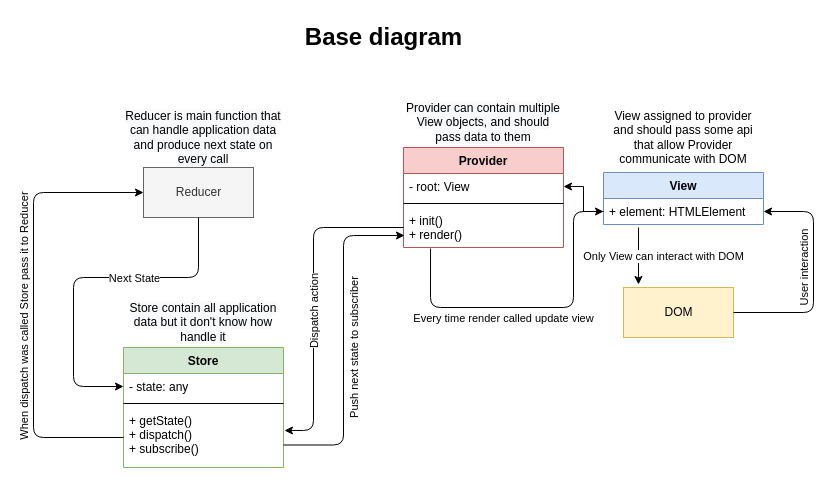
This is Untitled Diagram.drawio from IfasdfgDsdfasdfEadfDFfd/jquery-plugin-range-slider, a draw.io file, before an edit. Source tidied: cells renumbered, new cells numbered last; positions are measured from the earlier drawing's top-left corner, leaving out a move shared by most shapes. Both pictures are drawn from the tidied source at 100%, with x=0, y=0 at pixel (33, 17).
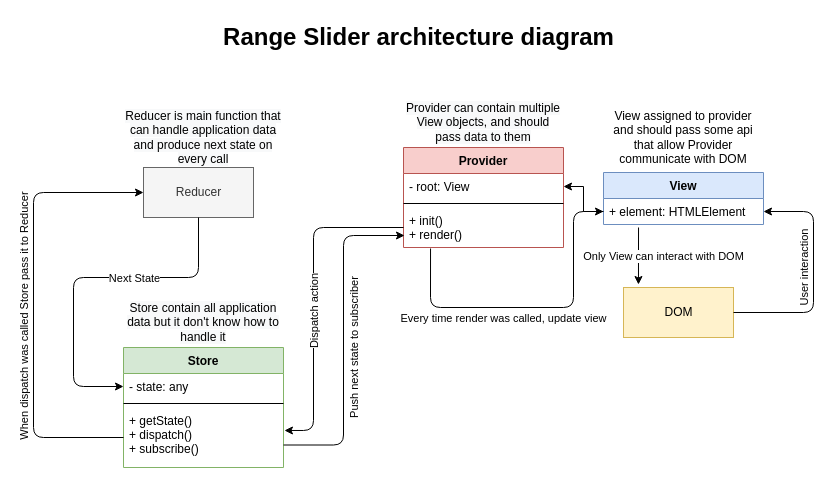
After the change.

Unchanged cells that the change refers to:
```xml
<mxCell id="20" style="endArrow=classic;html=1;exitX=0.169;exitY=1.025;exitDx=0;exitDy=0;exitPerimeter=0;entryX=0;entryY=0.5;entryDx=0;entryDy=0;" parent="1" edge="1" source="9" target="11">
  <mxGeometry relative="1" as="geometry">
    <Array as="points">
      <mxPoint x="397" y="290" />
      <mxPoint x="540" y="290" />
      <mxPoint x="540" y="194" />
    </Array>
  </mxGeometry>
</mxCell>
```

What changed in the source:
```diff
@@
-    <mxCell id="14" value="Base diagram" style="text;strokeColor=none;fillColor=none;html=1;fontSize=24;fontStyle=1;verticalAlign=middle;align=center;" parent="1" vertex="1">
-      <mxGeometry x="300" width="100" height="40" as="geometry" />
+    <mxCell id="14" value="Range Slider architecture diagram" style="text;strokeColor=none;fillColor=none;html=1;fontSize=24;fontStyle=1;verticalAlign=middle;align=center;" parent="1" vertex="1">
+      <mxGeometry x="335" width="100" height="40" as="geometry" />
     </mxCell>
@@
-    <mxCell id="21" value="Every time render called update view" style="edgeLabel;html=1;align=center;verticalAlign=middle;" parent="20" vertex="1">
+    <mxCell id="21" value="Every time render was called, update view" style="edgeLabel;html=1;align=center;verticalAlign=middle;" parent="20" vertex="1">
       <mxGeometry relative="1" as="geometry">
         <mxPoint x="-32" y="10" as="offset" />
       </mxGeometry>
     </mxCell>
@@
-    <mxCell id="28" value="&lt;span style=&quot;color: rgb(0 , 0 , 0) ; font-family: &amp;#34;helvetica&amp;#34; ; font-size: 12px ; font-style: normal ; font-weight: normal ; letter-spacing: normal ; text-align: center ; text-indent: 0px ; text-transform: none ; word-spacing: 0px ; background-color: rgb(248 , 249 , 250) ; text-decoration: none ; display: inline ; float: none&quot;&gt;Store contain all application data but it don't know how handle it&lt;/span&gt;" style="text;html=1;strokeColor=none;fillColor=none;align=center;verticalAlign=middle;whiteSpace=wrap;rounded=0;" parent="1" vertex="1">
+    <mxCell id="28" value="&lt;span style=&quot;color: rgb(0 , 0 , 0) ; font-family: &amp;#34;helvetica&amp;#34; ; font-size: 12px ; font-style: normal ; font-weight: normal ; letter-spacing: normal ; text-align: center ; text-indent: 0px ; text-transform: none ; word-spacing: 0px ; background-color: rgb(248 , 249 , 250) ; text-decoration: none ; display: inline ; float: none&quot;&gt;Store contain all application data but it don't know how to handle it&lt;/span&gt;" style="text;html=1;strokeColor=none;fillColor=none;align=center;verticalAlign=middle;whiteSpace=wrap;rounded=0;" parent="1" vertex="1">
       <mxGeometry x="90" y="280" width="160" height="50" as="geometry" />
     </mxCell>
```
